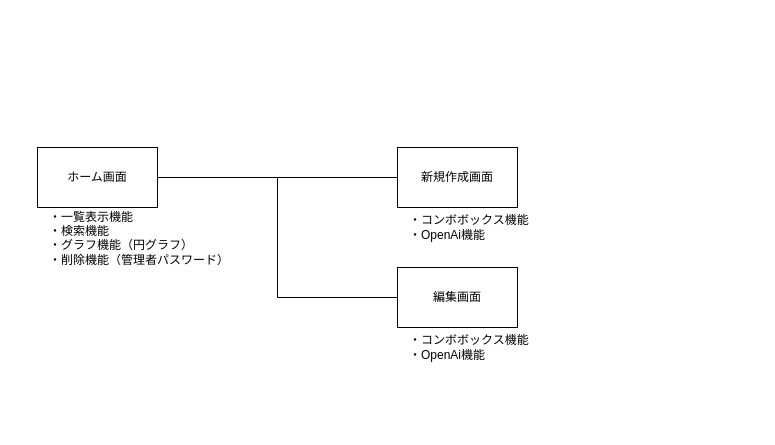
The draw.io diagram incident.dio in katttttsu/incidentapp, before the edit. Source tidied: cells renumbered, new cells numbered last; positions are measured from the earlier drawing's top-left corner, leaving out a move shared by most shapes. Both pictures are drawn from the tidied source at 100%, with x=0, y=0 at pixel (37, 147).
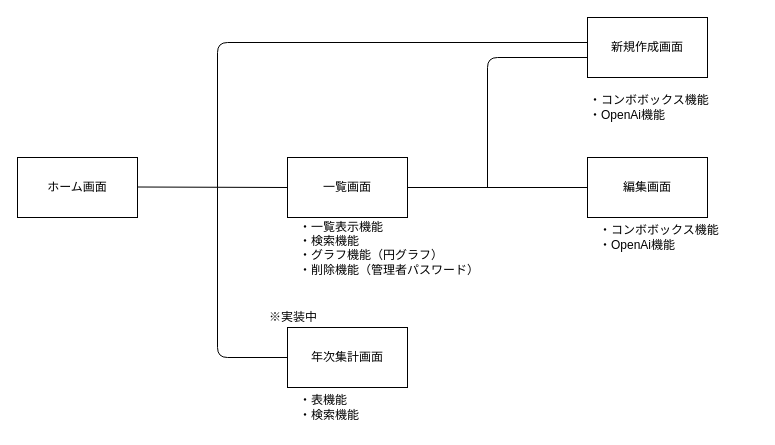
Above is the later version.

The edit, as a diff of the source:
```diff
@@
-    <mxCell id="2" value="ホーム画面" style="rounded=0;whiteSpace=wrap;html=1;" parent="1" vertex="1">
-      <mxGeometry width="120" height="60" as="geometry" />
+    <mxCell id="2" value="一覧画面" style="rounded=0;whiteSpace=wrap;html=1;" parent="1" vertex="1">
+      <mxGeometry x="250" y="10" width="120" height="60" as="geometry" />
     </mxCell>
     <mxCell id="3" value="新規作成画面" style="rounded=0;whiteSpace=wrap;html=1;" parent="1" vertex="1">
-      <mxGeometry x="360" width="120" height="60" as="geometry" />
+      <mxGeometry x="550" y="-130" width="120" height="60" as="geometry" />
     </mxCell>
     <mxCell id="4" value="編集画面" style="rounded=0;whiteSpace=wrap;html=1;" parent="1" vertex="1">
-      <mxGeometry x="360" y="120" width="120" height="60" as="geometry" />
+      <mxGeometry x="550" y="10" width="120" height="60" as="geometry" />
     </mxCell>
-    <mxCell id="5" style="endArrow=none;html=1;exitX=1;exitY=0.5;exitDx=0;exitDy=0;entryX=0;entryY=0.5;entryDx=0;entryDy=0;" parent="1" edge="1" source="2" target="3">
-      <mxGeometry relative="1" as="geometry" />
+    <mxCell id="5" style="endArrow=none;html=1;exitX=1;exitY=0.5;exitDx=0;exitDy=0;entryX=0;entryY=0.5;entryDx=0;entryDy=0;" parent="1" edge="1" source="2">
+      <mxGeometry relative="1" as="geometry">
+        <mxPoint x="550" y="40" as="targetPoint" />
+      </mxGeometry>
     </mxCell>
-    <mxCell id="6" style="endArrow=none;html=1;" parent="1" edge="1">
-      <mxGeometry relative="1" as="geometry">
-        <mxPoint x="240" y="150" as="sourcePoint" />
-        <mxPoint x="240" y="30" as="targetPoint" />
-      </mxGeometry>
-    </mxCell>
-    <mxCell id="7" style="endArrow=none;html=1;entryX=0;entryY=0.5;entryDx=0;entryDy=0;" parent="1" edge="1" target="4">
-      <mxGeometry relative="1" as="geometry">
-        <mxPoint x="240" y="150" as="sourcePoint" />
-      </mxGeometry>
-    </mxCell>
     <mxCell id="8" value="・一覧表示機能&lt;br&gt;・検索機能&lt;br&gt;・グラフ機能（円グラフ）&lt;br&gt;・削除機能（管理者パスワード）" style="text;html=1;strokeColor=none;fillColor=none;align=left;verticalAlign=middle;whiteSpace=wrap;overflow=hidden;" parent="1" vertex="1">
-      <mxGeometry x="10" y="60" width="190" height="60" as="geometry" />
+      <mxGeometry x="260" y="70" width="190" height="60" as="geometry" />
     </mxCell>
     <mxCell id="9" value="・コンボボックス機能&lt;br&gt;・OpenAi機能" style="text;html=1;strokeColor=none;fillColor=none;align=left;verticalAlign=middle;whiteSpace=wrap;overflow=hidden;" parent="1" vertex="1">
-      <mxGeometry x="370" y="60" width="160" height="40" as="geometry" />
+      <mxGeometry x="560" y="70" width="160" height="40" as="geometry" />
     </mxCell>
     <mxCell id="10" value="・コンボボックス機能&lt;br&gt;・OpenAi機能" style="text;html=1;strokeColor=none;fillColor=none;align=left;verticalAlign=middle;whiteSpace=wrap;overflow=hidden;" parent="1" vertex="1">
-      <mxGeometry x="370" y="180" width="160" height="40" as="geometry" />
+      <mxGeometry x="550" y="-60" width="160" height="40" as="geometry" />
     </mxCell>
+    <mxCell id="11" style="endArrow=none;html=1;" parent="1" edge="1">
+      <mxGeometry relative="1" as="geometry">
+        <mxPoint x="450" y="40" as="sourcePoint" />
+        <mxPoint x="550" y="-90" as="targetPoint" />
+        <Array as="points">
+          <mxPoint x="450" y="-90" />
+        </Array>
+      </mxGeometry>
+    </mxCell>
+    <mxCell id="12" value="年次集計画面" style="rounded=0;whiteSpace=wrap;html=1;" parent="1" vertex="1">
+      <mxGeometry x="250" y="180" width="120" height="60" as="geometry" />
+    </mxCell>
+    <mxCell id="13" value="ホーム画面" style="rounded=0;whiteSpace=wrap;html=1;" parent="1" vertex="1">
+      <mxGeometry x="-20" y="10" width="120" height="60" as="geometry" />
+    </mxCell>
+    <mxCell id="14" value="・表機能&lt;br&gt;・検索機能" style="text;html=1;strokeColor=none;fillColor=none;align=left;verticalAlign=middle;whiteSpace=wrap;overflow=hidden;" parent="1" vertex="1">
+      <mxGeometry x="260" y="240" width="190" height="40" as="geometry" />
+    </mxCell>
+    <mxCell id="15" style="endArrow=none;html=1;rounded=0;entryX=0;entryY=0.5;entryDx=0;entryDy=0;" parent="1" edge="1" target="2">
+      <mxGeometry relative="1" as="geometry">
+        <mxPoint x="100" y="39.5" as="sourcePoint" />
+      </mxGeometry>
+    </mxCell>
+    <mxCell id="16" style="endArrow=none;html=1;" parent="1" edge="1">
+      <mxGeometry relative="1" as="geometry">
+        <mxPoint x="180" y="40" as="sourcePoint" />
+        <mxPoint x="550" y="-105" as="targetPoint" />
+        <Array as="points">
+          <mxPoint x="180" y="-105" />
+        </Array>
+      </mxGeometry>
+    </mxCell>
+    <mxCell id="17" style="endArrow=none;html=1;exitX=0;exitY=0.5;exitDx=0;exitDy=0;" parent="1" edge="1" source="12">
+      <mxGeometry relative="1" as="geometry">
+        <mxPoint x="180" y="40" as="targetPoint" />
+        <Array as="points">
+          <mxPoint x="180" y="210" />
+        </Array>
+      </mxGeometry>
+    </mxCell>
+    <mxCell id="18" value="※実装中" style="text;html=1;strokeColor=none;fillColor=none;align=left;verticalAlign=middle;whiteSpace=wrap;overflow=hidden;" parent="1" vertex="1">
+      <mxGeometry x="230" y="160" width="190" height="20" as="geometry" />
+    </mxCell>
```
